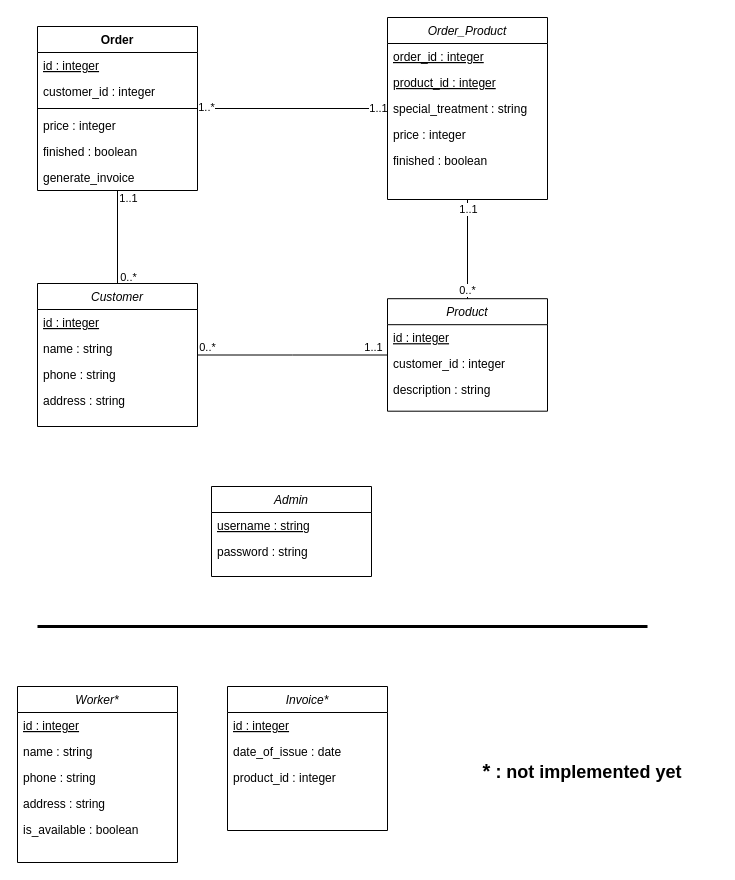
Before: assets/diagrams/UML.drawio in izzat-najah-edu/carpet-cleaning-service-management, a draw.io diagram. Source tidied: cells renumbered, new cells numbered last; positions are measured from the earlier drawing's top-left corner, leaving out a move shared by most shapes. Both pictures are drawn from the tidied source at 100%, with x=0, y=0 at pixel (17, 17).
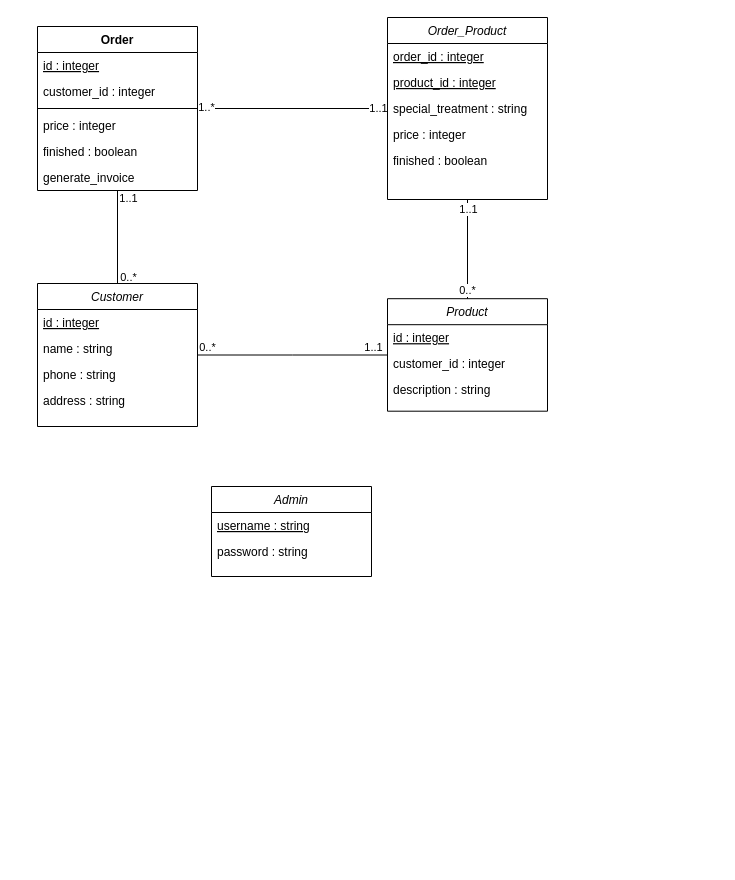
The same page after the edit.

The edit, as a diff of the source:
```diff
@@
-    <mxCell id="17" value="Invoice*" style="swimlane;fontStyle=2;align=center;verticalAlign=top;horizontal=1;startSize=26;rounded=0;shadow=0;strokeWidth=1;" parent="1" vertex="1">
-      <mxGeometry x="210" y="669" width="160" height="144" as="geometry" />
-    </mxCell>
-    <mxCell id="18" value="id : integer" style="text;align=left;verticalAlign=top;spacingLeft=4;spacingRight=4;overflow=hidden;fontStyle=4;" parent="17" vertex="1">
-      <mxGeometry y="26" width="160" height="26" as="geometry" />
-    </mxCell>
-    <mxCell id="19" value="date_of_issue : date" style="text;align=left;verticalAlign=top;spacingLeft=4;spacingRight=4;overflow=hidden;" parent="17" vertex="1">
-      <mxGeometry y="52" width="160" height="26" as="geometry" />
-    </mxCell>
-    <mxCell id="20" value="product_id : integer" style="text;align=left;verticalAlign=top;spacingLeft=4;spacingRight=4;overflow=hidden;rounded=0;shadow=0;html=0;" parent="17" vertex="1">
-      <mxGeometry y="78" width="160" height="26" as="geometry" />
-    </mxCell>
-    <mxCell id="21" value="Worker*" style="swimlane;fontStyle=2;align=center;verticalAlign=top;horizontal=1;startSize=26;rounded=0;shadow=0;strokeWidth=1;" parent="1" vertex="1">
-      <mxGeometry y="669" width="160" height="176" as="geometry" />
-    </mxCell>
-    <mxCell id="22" value="id : integer" style="text;align=left;verticalAlign=top;spacingLeft=4;spacingRight=4;overflow=hidden;fontStyle=4;" parent="21" vertex="1">
-      <mxGeometry y="26" width="160" height="26" as="geometry" />
-    </mxCell>
-    <mxCell id="23" value="name : string" style="text;align=left;verticalAlign=top;spacingLeft=4;spacingRight=4;overflow=hidden;" parent="21" vertex="1">
-      <mxGeometry y="52" width="160" height="26" as="geometry" />
-    </mxCell>
-    <mxCell id="24" value="phone : string" style="text;align=left;verticalAlign=top;spacingLeft=4;spacingRight=4;overflow=hidden;rounded=0;shadow=0;html=0;" parent="21" vertex="1">
-      <mxGeometry y="78" width="160" height="26" as="geometry" />
-    </mxCell>
-    <mxCell id="25" value="address : string" style="text;align=left;verticalAlign=top;spacingLeft=4;spacingRight=4;overflow=hidden;rounded=0;shadow=0;html=0;" parent="21" vertex="1">
-      <mxGeometry y="104" width="160" height="26" as="geometry" />
-    </mxCell>
-    <mxCell id="26" value="is_available : boolean" style="text;align=left;verticalAlign=top;spacingLeft=4;spacingRight=4;overflow=hidden;rounded=0;shadow=0;html=0;" parent="21" vertex="1">
-      <mxGeometry y="130" width="160" height="30" as="geometry" />
-    </mxCell>
@@
-    <mxCell id="30" value="&lt;font style=&quot;font-size: 20px;&quot;&gt;*&lt;/font&gt; : not implemented yet" style="text;html=1;strokeColor=none;fillColor=none;align=center;verticalAlign=middle;whiteSpace=wrap;rounded=0;fontStyle=1;fontSize=18;" parent="1" vertex="1">
-      <mxGeometry x="430" y="739" width="270" height="30" as="geometry" />
-    </mxCell>
-    <mxCell id="31" style="endArrow=none;html=1;rounded=0;fontSize=20;fontStyle=0;strokeWidth=3;" parent="1" edge="1">
-      <mxGeometry relative="1" as="geometry">
-        <mxPoint x="20" y="609" as="sourcePoint" />
-        <mxPoint x="630" y="609" as="targetPoint" />
-      </mxGeometry>
-    </mxCell>
```
